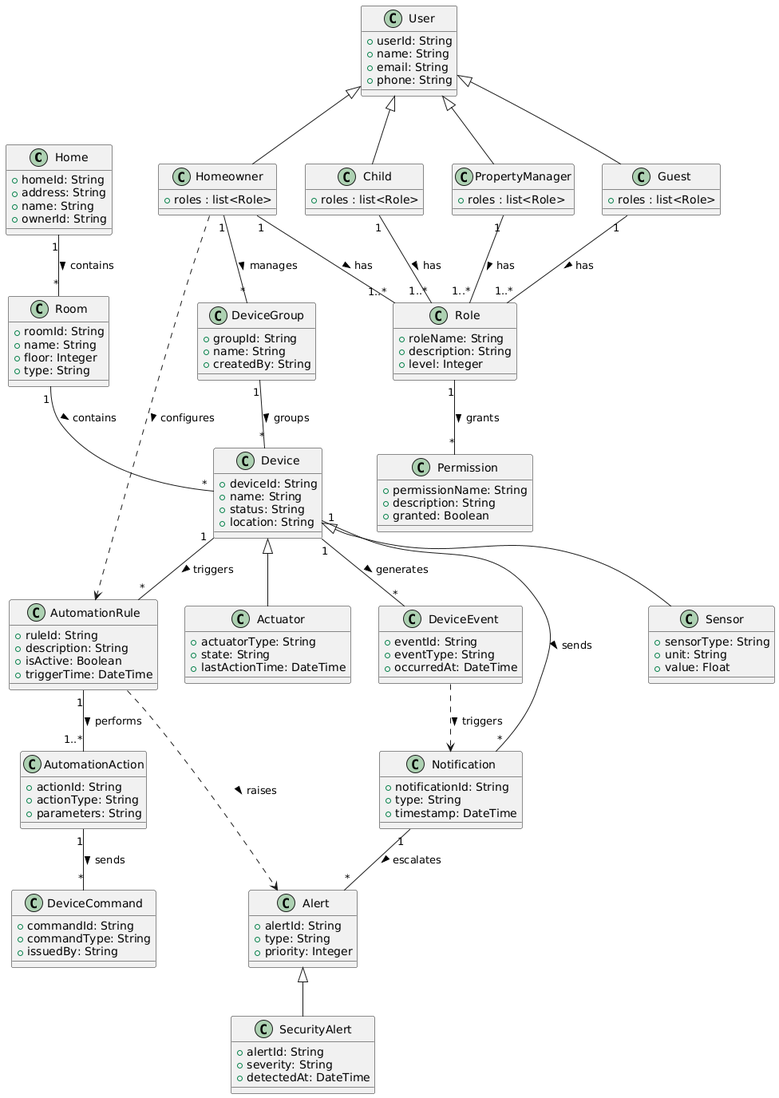
This is DomainModel.png from srinath-ramachandran/hype, a PlantUML export, as it was before one commit.
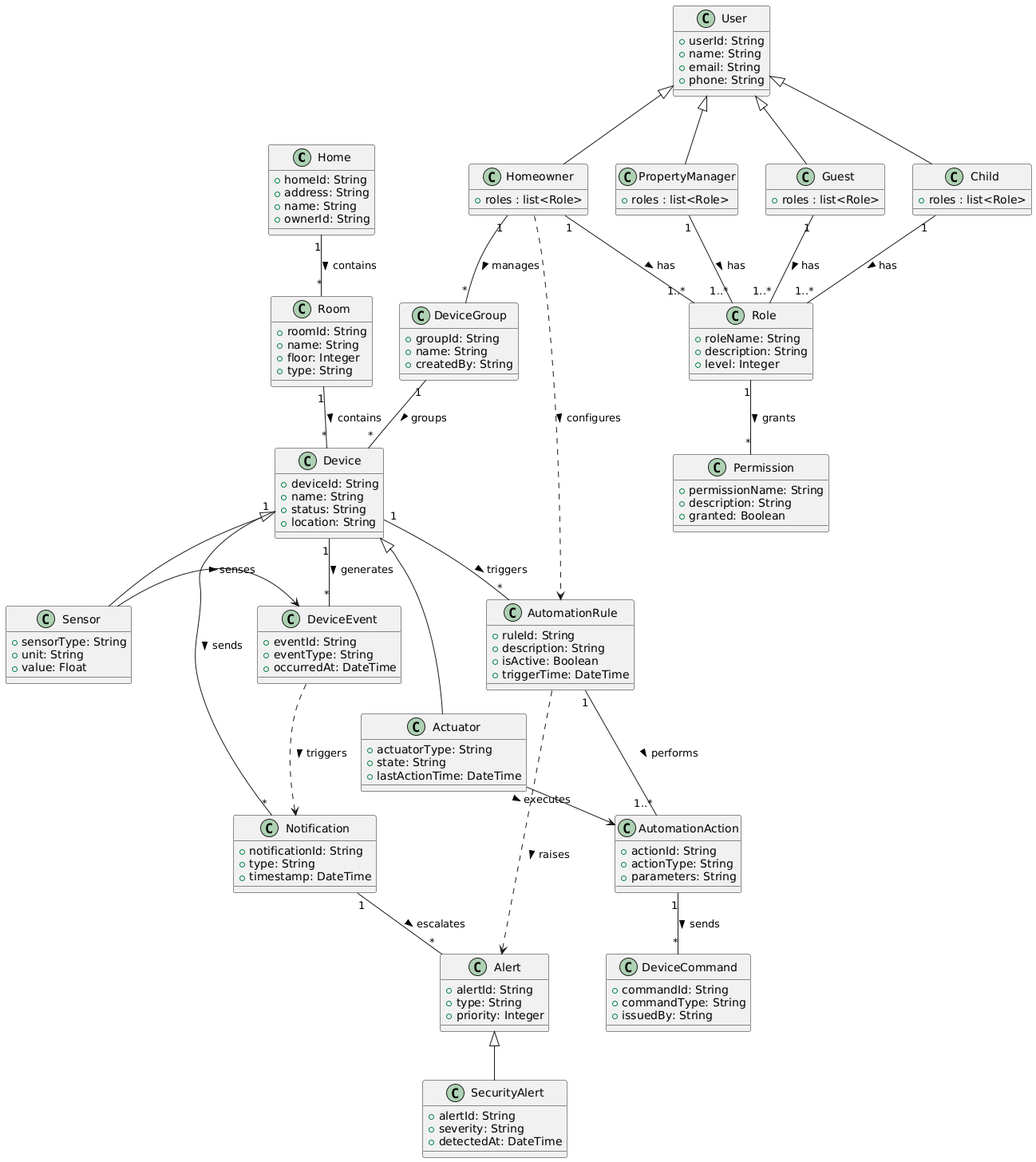
After the commit.

Commit message:
Missing actions for sensor and actuator

Diff of the diagram source:
```diff
@@ -116,6 +116,9 @@
   +occurredAt: DateTime
 }
 
+Sensor -> DeviceEvent : senses >
+Actuator -> AutomationAction : executes >
+
 Home "1" -- "*" Room : contains >
 Room "1" -- "*" Device : contains >
 Homeowner "1" -- "1..*" Role : has >
@@ -136,6 +139,8 @@
 AutomationRule ..> Alert : raises >
 DeviceEvent ..> Notification : triggers >
 
+
+
 Device <|-- Sensor
 Device <|-- Actuator
 Alert <|-- SecurityAlert
```
